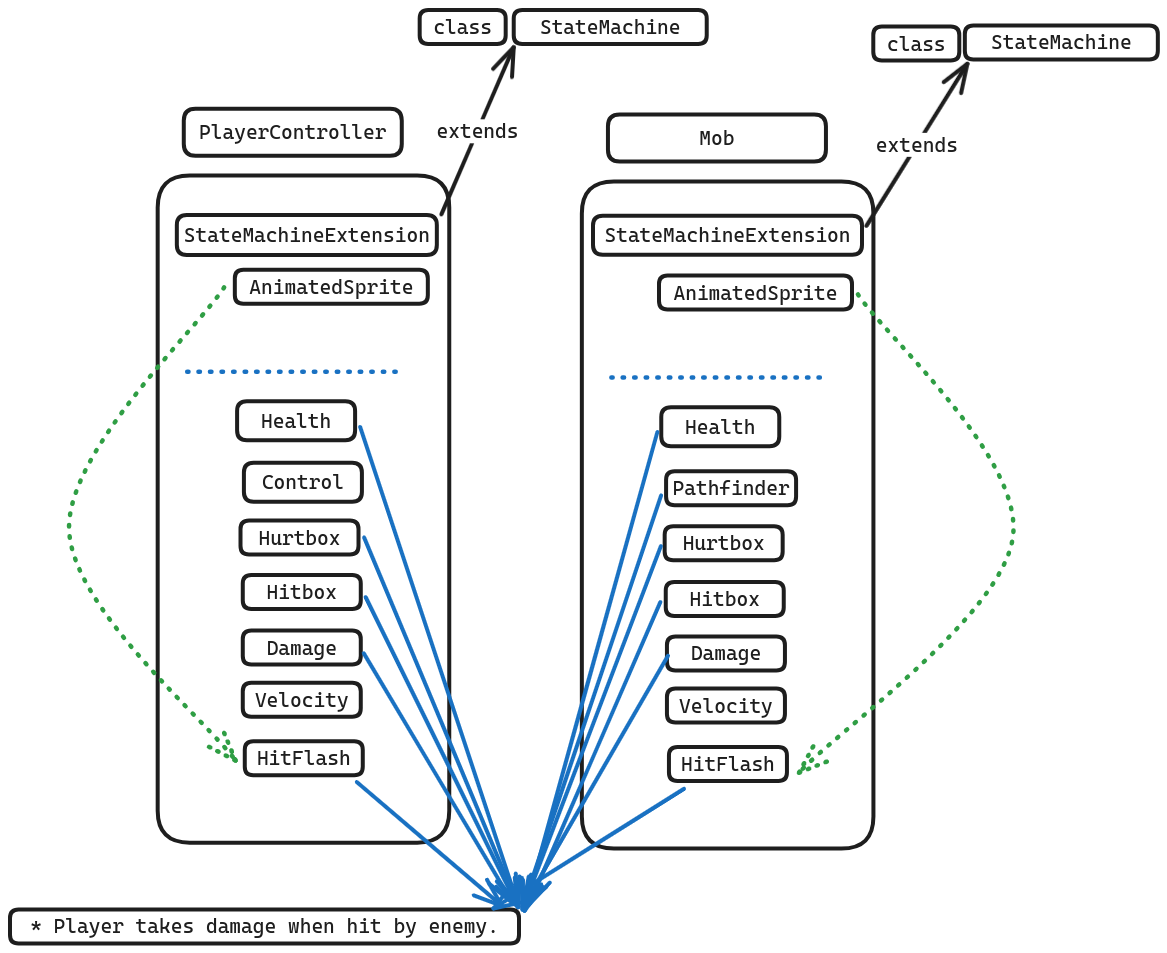
Before: docs/images/composotition_pattern_plan.excalidraw.png, a diagram exported from Excalidraw (loteque/wasteland-warrior). Source tidied: one line per element, renumbered; positions are measured from the earlier drawing's top-left corner, leaving out a move shared by most shapes.
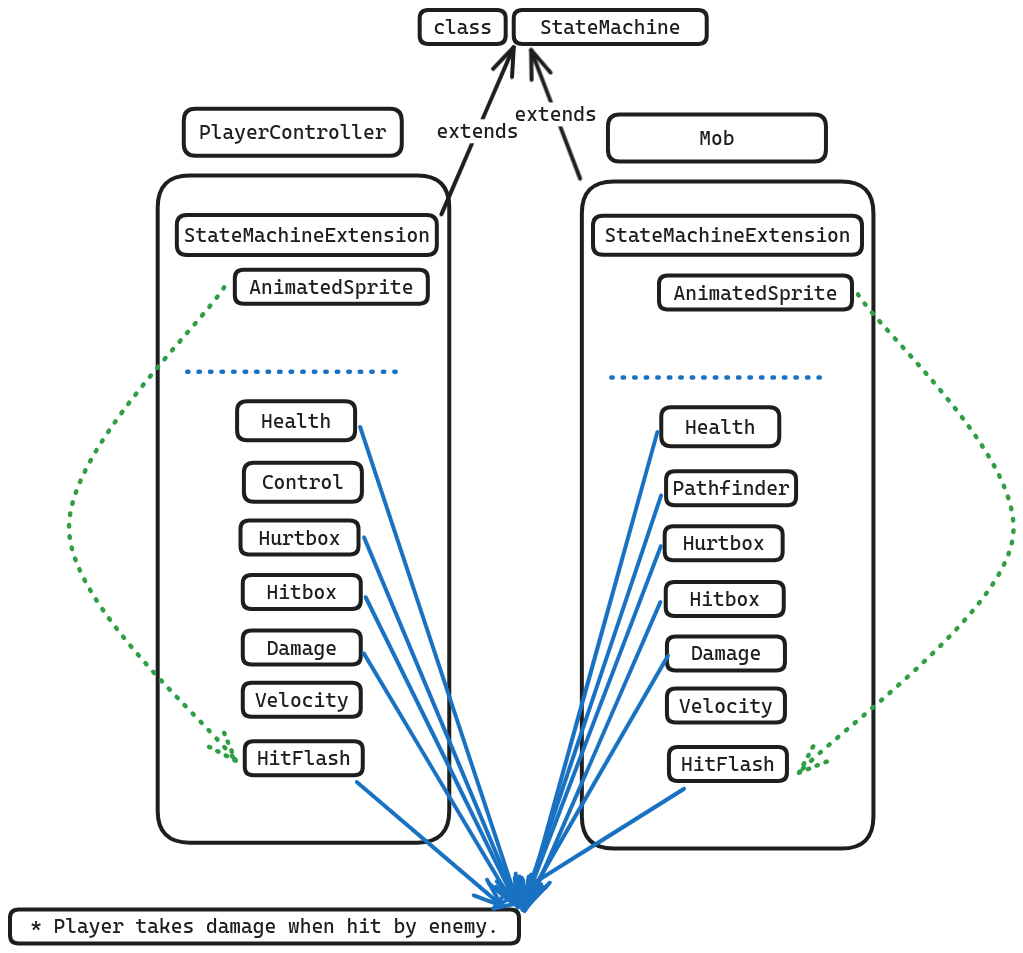
After the change.

Diff of the diagram source:
```diff
@@ -49,12 +49,8 @@
 {"id": 48, "type": "text", "text": "Mob", "strokeColor": "#1e1e1e", "strokeWidth": 4, "roughness": 0, "fontSize": 20, "fontFamily": 3, "textAlign": "center", "verticalAlign": "middle", "inside": 47, "x": 689, "y": 116, "width": 35, "height": 24}
 {"id": 49, "type": "rectangle", "strokeColor": "#1e1e1e", "strokeWidth": 4, "roughness": 0, "round": true, "x": 649, "y": 266, "width": 193, "height": 34}
 {"id": 50, "type": "text", "text": "AnimatedSprite", "strokeColor": "#1e1e1e", "strokeWidth": 4, "roughness": 0, "fontSize": 20, "fontFamily": 3, "textAlign": "center", "verticalAlign": "middle", "inside": 49, "x": 663, "y": 271, "width": 164, "height": 24}
-{"id": 51, "type": "rectangle", "strokeColor": "#1e1e1e", "strokeWidth": 4, "roughness": 0, "round": true, "x": 955, "y": 15, "width": 193, "height": 34}
-{"id": 52, "type": "text", "text": "StateMachine", "strokeColor": "#1e1e1e", "strokeWidth": 4, "roughness": 0, "fontSize": 20, "fontFamily": 3, "textAlign": "center", "verticalAlign": "middle", "inside": 51, "x": 981, "y": 20, "width": 141, "height": 24}
-{"id": 53, "type": "rectangle", "strokeColor": "#1e1e1e", "strokeWidth": 4, "roughness": 0, "round": true, "x": 863, "y": 17, "width": 86, "height": 34}
-{"id": 54, "type": "text", "text": "class", "strokeColor": "#1e1e1e", "strokeWidth": 4, "roughness": 0, "fontSize": 20, "fontFamily": 3, "textAlign": "center", "verticalAlign": "middle", "inside": 53, "x": 877, "y": 22, "width": 59, "height": 24}
-{"id": 55, "type": "arrow", "strokeColor": "#1e1e1e", "strokeWidth": 4, "roughness": 0, "endArrowhead": "arrow", "round": true, "from": 58, "to": 53, "x": 856, "y": 216, "width": 101, "height": 162, "points": [[0, 0], [101, -162]]}
+{"id": 55, "type": "arrow", "strokeColor": "#1e1e1e", "strokeWidth": 4, "roughness": 0, "endArrowhead": "arrow", "round": true, "from": 46, "to": 19, "x": 570, "y": 169, "width": 49, "height": 129, "points": [[0, 0], [-49, -129]]}
-{"id": 56, "type": "text", "text": "extends", "strokeColor": "#1e1e1e", "strokeWidth": 4, "roughness": 0, "fontSize": 20, "fontFamily": 3, "textAlign": "center", "verticalAlign": "middle", "inside": 55, "x": 974, "y": 150, "width": 82, "height": 24}
+{"id": 56, "type": "text", "text": "extends", "strokeColor": "#1e1e1e", "strokeWidth": 4, "roughness": 0, "fontSize": 20, "fontFamily": 3, "textAlign": "center", "verticalAlign": "middle", "inside": 55, "x": 572, "y": 90, "width": 82, "height": 24}
 {"id": 57, "type": "line", "strokeColor": "#1971c2", "strokeWidth": 4, "strokeStyle": "dotted", "roughness": 0, "round": true, "x": 601, "y": 368, "width": 217, "height": 0, "points": [[0, 0], [217, 0]]}
 {"id": 58, "type": "rectangle", "strokeColor": "#1e1e1e", "strokeWidth": 4, "roughness": 0, "round": true, "x": 583, "y": 206, "width": 269, "height": 39}
 {"id": 59, "type": "text", "text": "StateMachineExtension", "strokeColor": "#1e1e1e", "strokeWidth": 4, "roughness": 0, "fontSize": 20, "fontFamily": 3, "textAlign": "center", "verticalAlign": "middle", "inside": 58, "x": 594, "y": 213, "width": 246, "height": 24}
```
